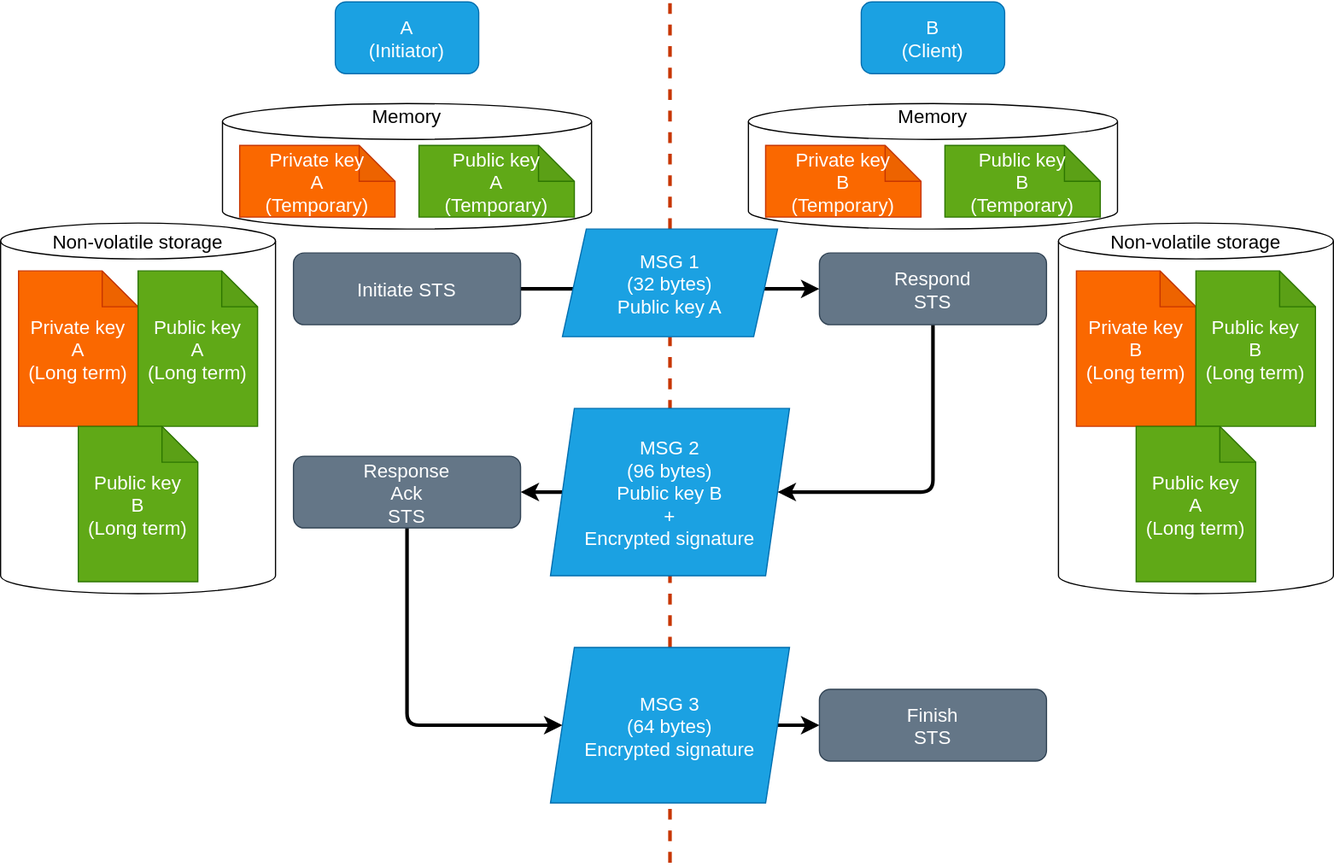
This is pics/key-exchange-simple.svg from colorglass/seL4_rpi4, a draw.io export, as it was before one commit. Source tidied: cells renumbered, new cells last; positions are measured from the earlier drawing's top-left corner, leaving out a move shared by most shapes. Source of this version:
```xml
<mxGraphModel>
  <root>
    <mxCell id="0" />
    <mxCell id="1" parent="0" />
    <mxCell id="2" style="shape=cylinder3;boundedLbl=1;backgroundOutline=1;size=15;" parent="1" vertex="1">
      <mxGeometry x="885" y="185" width="230" height="310" as="geometry" />
    </mxCell>
    <mxCell id="3" style="shape=cylinder3;boundedLbl=1;backgroundOutline=1;size=15;" parent="1" vertex="1">
      <mxGeometry y="185" width="230" height="310" as="geometry" />
    </mxCell>
    <mxCell id="4" value="A&#10;(Initiator)" style="rounded=1;fontSize=16;fontColor=#ffffff;fillColor=#1ba1e2;strokeColor=#006EAF;" parent="1" vertex="1">
      <mxGeometry x="280" width="120" height="60" as="geometry" />
    </mxCell>
    <mxCell id="5" value="B&#10;(Client)" style="rounded=1;fontSize=16;fontColor=#ffffff;fillColor=#1ba1e2;strokeColor=#006EAF;" parent="1" vertex="1">
      <mxGeometry x="720" width="120" height="60" as="geometry" />
    </mxCell>
    <mxCell id="6" style="endArrow=none;dashed=1;fontSize=16;fontColor=#000000;strokeWidth=3;fillColor=#fa6800;strokeColor=#C73500;startArrow=none;" parent="1" edge="1" source="11">
      <mxGeometry relative="1" as="geometry">
        <mxPoint x="560" as="targetPoint" />
      </mxGeometry>
    </mxCell>
    <mxCell id="7" style="edgeStyle=none;exitX=1;exitY=0.5;exitDx=0;exitDy=0;fontSize=16;strokeWidth=3;entryX=0;entryY=0.5;entryDx=0;entryDy=0;" parent="1" edge="1" source="8" target="24">
      <mxGeometry relative="1" as="geometry" />
    </mxCell>
    <mxCell id="8" value="Initiate STS" style="rounded=1;fillColor=#647687;fontColor=#ffffff;strokeColor=#314354;fontSize=16;" parent="1" vertex="1">
      <mxGeometry x="245" y="210" width="190" height="60" as="geometry" />
    </mxCell>
    <mxCell id="9" value="Finish&#10;STS" style="rounded=1;fillColor=#647687;fontColor=#ffffff;strokeColor=#314354;fontSize=16;" parent="1" vertex="1">
      <mxGeometry x="685" y="575" width="190" height="60" as="geometry" />
    </mxCell>
    <mxCell id="10" style="endArrow=none;dashed=1;fontSize=16;fontColor=#000000;strokeWidth=3;fillColor=#fa6800;strokeColor=#C73500;startArrow=none;" parent="1" edge="1" source="16" target="11">
      <mxGeometry relative="1" as="geometry" />
    </mxCell>
    <mxCell id="11" value="MSG 1&#10;(32 bytes)&#10;Public key A" style="shape=parallelogram;perimeter=parallelogramPerimeter;fixedSize=1;fontSize=16;fillColor=#1ba1e2;fontColor=#ffffff;strokeColor=#006EAF;" parent="1" vertex="1">
      <mxGeometry x="470" y="190" width="180" height="90" as="geometry" />
    </mxCell>
    <mxCell id="12" style="edgeStyle=none;exitX=0;exitY=0.5;exitDx=0;exitDy=0;entryX=1;entryY=0.5;entryDx=0;entryDy=0;strokeWidth=3;fontSize=16;" parent="1" edge="1" source="13" target="26">
      <mxGeometry relative="1" as="geometry" />
    </mxCell>
    <mxCell id="13" value="MSG 2&#10;(96 bytes)&#10;Public key B&#10;+&#10;Encrypted signature" style="shape=parallelogram;perimeter=parallelogramPerimeter;fixedSize=1;fontSize=16;fillColor=#1ba1e2;fontColor=#ffffff;strokeColor=#006EAF;" parent="1" vertex="1">
      <mxGeometry x="460" y="340" width="200" height="140" as="geometry" />
    </mxCell>
    <mxCell id="14" style="endArrow=none;dashed=1;fontSize=16;fontColor=#000000;strokeWidth=3;fillColor=#fa6800;strokeColor=#C73500;" parent="1" edge="1" target="16">
      <mxGeometry relative="1" as="geometry">
        <mxPoint x="560" y="720" as="sourcePoint" />
      </mxGeometry>
    </mxCell>
    <mxCell id="15" style="edgeStyle=none;exitX=1;exitY=0.5;exitDx=0;exitDy=0;entryX=0;entryY=0.5;entryDx=0;entryDy=0;strokeWidth=3;fontSize=16;" parent="1" edge="1" source="16" target="9">
      <mxGeometry relative="1" as="geometry" />
    </mxCell>
    <mxCell id="16" value="MSG 3&#10;(64 bytes)&#10;Encrypted signature" style="shape=parallelogram;perimeter=parallelogramPerimeter;fixedSize=1;fontSize=16;fillColor=#1ba1e2;fontColor=#ffffff;strokeColor=#006EAF;" parent="1" vertex="1">
      <mxGeometry x="460" y="540" width="200" height="130" as="geometry" />
    </mxCell>
    <mxCell id="17" value="Private key&#10;A&#10;(Long term)" style="shape=note;backgroundOutline=1;darkOpacity=0.05;fillColor=#fa6800;fontColor=#FFFFFF;strokeColor=#C73500;fontSize=16;" parent="1" vertex="1">
      <mxGeometry x="15" y="225" width="100" height="130" as="geometry" />
    </mxCell>
    <mxCell id="18" value="Public key&#10;A&#10;(Long term)" style="shape=note;backgroundOutline=1;darkOpacity=0.05;fillColor=#60a917;fontColor=#ffffff;strokeColor=#2D7600;fontSize=16;" parent="1" vertex="1">
      <mxGeometry x="115" y="225" width="100" height="130" as="geometry" />
    </mxCell>
    <mxCell id="19" value="Public key&#10;B&#10;(Long term)" style="shape=note;backgroundOutline=1;darkOpacity=0.05;fillColor=#60a917;fontColor=#ffffff;strokeColor=#2D7600;fontSize=16;" parent="1" vertex="1">
      <mxGeometry x="65" y="355" width="100" height="130" as="geometry" />
    </mxCell>
    <mxCell id="20" value="Private key&#10;B&#10;(Long term)" style="shape=note;backgroundOutline=1;darkOpacity=0.05;fillColor=#fa6800;fontColor=#FFFFFF;strokeColor=#C73500;fontSize=16;" parent="1" vertex="1">
      <mxGeometry x="900" y="225" width="100" height="130" as="geometry" />
    </mxCell>
    <mxCell id="21" value="Public key&#10;B&#10;(Long term)" style="shape=note;backgroundOutline=1;darkOpacity=0.05;fillColor=#60a917;fontColor=#ffffff;strokeColor=#2D7600;fontSize=16;" parent="1" vertex="1">
      <mxGeometry x="1000" y="225" width="100" height="130" as="geometry" />
    </mxCell>
    <mxCell id="22" value="Public key&#10;A&#10;(Long term)" style="shape=note;backgroundOutline=1;darkOpacity=0.05;fillColor=#60a917;fontColor=#ffffff;strokeColor=#2D7600;fontSize=16;" parent="1" vertex="1">
      <mxGeometry x="950" y="355" width="100" height="130" as="geometry" />
    </mxCell>
    <mxCell id="23" style="edgeStyle=none;exitX=0.5;exitY=1;exitDx=0;exitDy=0;entryX=1;entryY=0.5;entryDx=0;entryDy=0;fontSize=16;strokeWidth=3;" parent="1" edge="1" source="24" target="13">
      <mxGeometry relative="1" as="geometry">
        <Array as="points">
          <mxPoint x="780" y="410" />
        </Array>
      </mxGeometry>
    </mxCell>
    <mxCell id="24" value="Respond&#10;STS" style="rounded=1;fillColor=#647687;fontColor=#ffffff;strokeColor=#314354;fontSize=16;" parent="1" vertex="1">
      <mxGeometry x="685" y="210" width="190" height="60" as="geometry" />
    </mxCell>
    <mxCell id="25" style="edgeStyle=none;exitX=0.5;exitY=1;exitDx=0;exitDy=0;entryX=0;entryY=0.5;entryDx=0;entryDy=0;strokeWidth=3;fontSize=16;" parent="1" edge="1" source="26" target="16">
      <mxGeometry relative="1" as="geometry">
        <Array as="points">
          <mxPoint x="340" y="605" />
        </Array>
      </mxGeometry>
    </mxCell>
    <mxCell id="26" value="Response&#10;Ack&#10;STS" style="rounded=1;fillColor=#647687;fontColor=#ffffff;strokeColor=#314354;fontSize=16;" parent="1" vertex="1">
      <mxGeometry x="245" y="380" width="190" height="60" as="geometry" />
    </mxCell>
    <mxCell id="27" value="Non-volatile storage" style="text;strokeColor=none;fillColor=none;align=center;verticalAlign=middle;rounded=0;fontSize=16;" parent="1" vertex="1">
      <mxGeometry x="30" y="185" width="170" height="30" as="geometry" />
    </mxCell>
    <mxCell id="28" value="Non-volatile storage" style="text;strokeColor=none;fillColor=none;align=center;verticalAlign=middle;rounded=0;fontSize=16;" parent="1" vertex="1">
      <mxGeometry x="915" y="185" width="170" height="30" as="geometry" />
    </mxCell>
    <mxCell id="29" style="shape=cylinder3;boundedLbl=1;backgroundOutline=1;size=15;" parent="1" vertex="1">
      <mxGeometry x="185.6" y="85" width="308.8" height="105" as="geometry" />
    </mxCell>
    <mxCell id="30" value="Private key&#10;A&#10;(Temporary)" style="shape=note;backgroundOutline=1;darkOpacity=0.05;fillColor=#fa6800;fontColor=#FFFFFF;strokeColor=#C73500;fontSize=16;" parent="1" vertex="1">
      <mxGeometry x="200" y="120" width="130" height="60" as="geometry" />
    </mxCell>
    <mxCell id="31" value="Public key&#10;A&#10;(Temporary)" style="shape=note;backgroundOutline=1;darkOpacity=0.05;fillColor=#60a917;fontColor=#ffffff;strokeColor=#2D7600;fontSize=16;" parent="1" vertex="1">
      <mxGeometry x="350" y="120" width="130" height="60" as="geometry" />
    </mxCell>
    <mxCell id="32" value="Memory" style="text;strokeColor=none;fillColor=none;align=center;verticalAlign=middle;rounded=0;fontSize=16;" parent="1" vertex="1">
      <mxGeometry x="255" y="80" width="170" height="30" as="geometry" />
    </mxCell>
    <mxCell id="33" style="shape=cylinder3;boundedLbl=1;backgroundOutline=1;size=15;" parent="1" vertex="1">
      <mxGeometry x="625.6" y="85" width="308.8" height="105" as="geometry" />
    </mxCell>
    <mxCell id="34" value="Private key&#10;B&#10;(Temporary)" style="shape=note;backgroundOutline=1;darkOpacity=0.05;fillColor=#fa6800;fontColor=#FFFFFF;strokeColor=#C73500;fontSize=16;" parent="1" vertex="1">
      <mxGeometry x="640" y="120" width="130" height="60" as="geometry" />
    </mxCell>
    <mxCell id="35" value="Public key&#10;B&#10;(Temporary)" style="shape=note;backgroundOutline=1;darkOpacity=0.05;fillColor=#60a917;fontColor=#ffffff;strokeColor=#2D7600;fontSize=16;" parent="1" vertex="1">
      <mxGeometry x="790" y="120" width="130" height="60" as="geometry" />
    </mxCell>
    <mxCell id="36" value="Memory" style="text;strokeColor=none;fillColor=none;align=center;verticalAlign=middle;rounded=0;fontSize=16;" parent="1" vertex="1">
      <mxGeometry x="695" y="80" width="170" height="30" as="geometry" />
    </mxCell>
  </root>
</mxGraphModel>
```
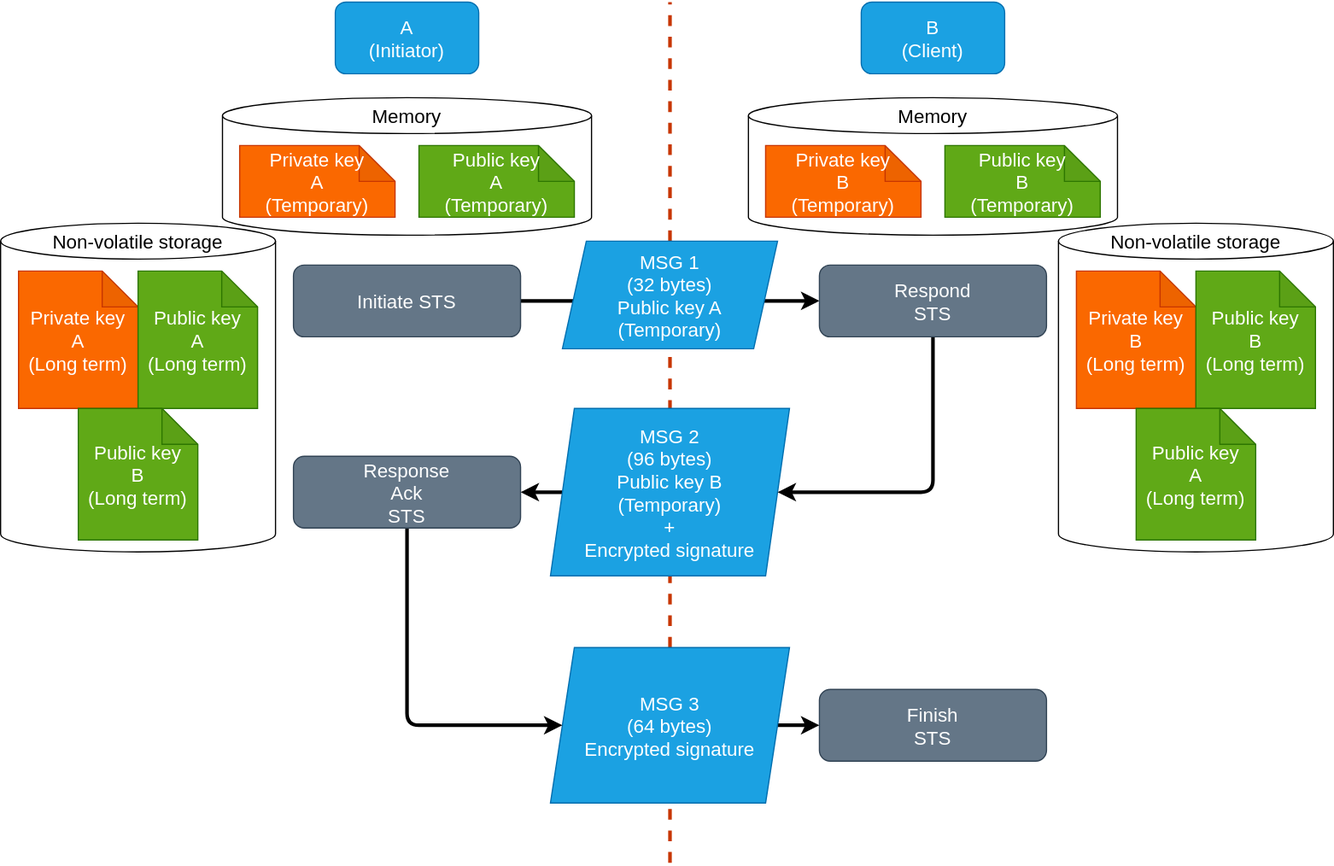
Above is the later version.

What changed in the source:
```diff
@@ -2,11 +2,14 @@
   <root>
     <mxCell id="0" />
     <mxCell id="1" parent="0" />
+    <mxCell id="37" style="shape=cylinder3;boundedLbl=1;backgroundOutline=1;size=15;" parent="1" vertex="1">
+      <mxGeometry x="625.6" y="80" width="308.8" height="115" as="geometry" />
+    </mxCell>
     <mxCell id="2" style="shape=cylinder3;boundedLbl=1;backgroundOutline=1;size=15;" parent="1" vertex="1">
-      <mxGeometry x="885" y="185" width="230" height="310" as="geometry" />
+      <mxGeometry x="885" y="185" width="230" height="275" as="geometry" />
     </mxCell>
     <mxCell id="3" style="shape=cylinder3;boundedLbl=1;backgroundOutline=1;size=15;" parent="1" vertex="1">
-      <mxGeometry y="185" width="230" height="310" as="geometry" />
+      <mxGeometry y="185" width="230" height="275" as="geometry" />
     </mxCell>
     <mxCell id="4" value="A&#10;(Initiator)" style="rounded=1;fontSize=16;fontColor=#ffffff;fillColor=#1ba1e2;strokeColor=#006EAF;" parent="1" vertex="1">
       <mxGeometry x="280" width="120" height="60" as="geometry" />
@@ -23,7 +26,7 @@
       <mxGeometry relative="1" as="geometry" />
     </mxCell>
     <mxCell id="8" value="Initiate STS" style="rounded=1;fillColor=#647687;fontColor=#ffffff;strokeColor=#314354;fontSize=16;" parent="1" vertex="1">
-      <mxGeometry x="245" y="210" width="190" height="60" as="geometry" />
+      <mxGeometry x="245" y="220" width="190" height="60" as="geometry" />
     </mxCell>
     <mxCell id="9" value="Finish&#10;STS" style="rounded=1;fillColor=#647687;fontColor=#ffffff;strokeColor=#314354;fontSize=16;" parent="1" vertex="1">
       <mxGeometry x="685" y="575" width="190" height="60" as="geometry" />
@@ -31,13 +34,13 @@
     <mxCell id="10" style="endArrow=none;dashed=1;fontSize=16;fontColor=#000000;strokeWidth=3;fillColor=#fa6800;strokeColor=#C73500;startArrow=none;" parent="1" edge="1" source="16" target="11">
       <mxGeometry relative="1" as="geometry" />
     </mxCell>
-    <mxCell id="11" value="MSG 1&#10;(32 bytes)&#10;Public key A" style="shape=parallelogram;perimeter=parallelogramPerimeter;fixedSize=1;fontSize=16;fillColor=#1ba1e2;fontColor=#ffffff;strokeColor=#006EAF;" parent="1" vertex="1">
-      <mxGeometry x="470" y="190" width="180" height="90" as="geometry" />
+    <mxCell id="11" value="MSG 1&#10;(32 bytes)&#10;Public key A&#10;(Temporary)" style="shape=parallelogram;perimeter=parallelogramPerimeter;fixedSize=1;fontSize=16;fillColor=#1ba1e2;fontColor=#ffffff;strokeColor=#006EAF;" parent="1" vertex="1">
+      <mxGeometry x="470" y="200" width="180" height="90" as="geometry" />
     </mxCell>
     <mxCell id="12" style="edgeStyle=none;exitX=0;exitY=0.5;exitDx=0;exitDy=0;entryX=1;entryY=0.5;entryDx=0;entryDy=0;strokeWidth=3;fontSize=16;" parent="1" edge="1" source="13" target="26">
       <mxGeometry relative="1" as="geometry" />
     </mxCell>
-    <mxCell id="13" value="MSG 2&#10;(96 bytes)&#10;Public key B&#10;+&#10;Encrypted signature" style="shape=parallelogram;perimeter=parallelogramPerimeter;fixedSize=1;fontSize=16;fillColor=#1ba1e2;fontColor=#ffffff;strokeColor=#006EAF;" parent="1" vertex="1">
+    <mxCell id="13" value="MSG 2&#10;(96 bytes)&#10;Public key B&#10;(Temporary)&#10;+&#10;Encrypted signature" style="shape=parallelogram;perimeter=parallelogramPerimeter;fixedSize=1;fontSize=16;fillColor=#1ba1e2;fontColor=#ffffff;strokeColor=#006EAF;" parent="1" vertex="1">
       <mxGeometry x="460" y="340" width="200" height="140" as="geometry" />
     </mxCell>
     <mxCell id="14" style="endArrow=none;dashed=1;fontSize=16;fontColor=#000000;strokeWidth=3;fillColor=#fa6800;strokeColor=#C73500;" parent="1" edge="1" target="16">
@@ -52,22 +55,22 @@
       <mxGeometry x="460" y="540" width="200" height="130" as="geometry" />
     </mxCell>
     <mxCell id="17" value="Private key&#10;A&#10;(Long term)" style="shape=note;backgroundOutline=1;darkOpacity=0.05;fillColor=#fa6800;fontColor=#FFFFFF;strokeColor=#C73500;fontSize=16;" parent="1" vertex="1">
-      <mxGeometry x="15" y="225" width="100" height="130" as="geometry" />
+      <mxGeometry x="15" y="225" width="100" height="115" as="geometry" />
     </mxCell>
     <mxCell id="18" value="Public key&#10;A&#10;(Long term)" style="shape=note;backgroundOutline=1;darkOpacity=0.05;fillColor=#60a917;fontColor=#ffffff;strokeColor=#2D7600;fontSize=16;" parent="1" vertex="1">
-      <mxGeometry x="115" y="225" width="100" height="130" as="geometry" />
+      <mxGeometry x="115" y="225" width="100" height="115" as="geometry" />
     </mxCell>
     <mxCell id="19" value="Public key&#10;B&#10;(Long term)" style="shape=note;backgroundOutline=1;darkOpacity=0.05;fillColor=#60a917;fontColor=#ffffff;strokeColor=#2D7600;fontSize=16;" parent="1" vertex="1">
-      <mxGeometry x="65" y="355" width="100" height="130" as="geometry" />
+      <mxGeometry x="65" y="340" width="100" height="110" as="geometry" />
     </mxCell>
     <mxCell id="20" value="Private key&#10;B&#10;(Long term)" style="shape=note;backgroundOutline=1;darkOpacity=0.05;fillColor=#fa6800;fontColor=#FFFFFF;strokeColor=#C73500;fontSize=16;" parent="1" vertex="1">
-      <mxGeometry x="900" y="225" width="100" height="130" as="geometry" />
+      <mxGeometry x="900" y="225" width="100" height="115" as="geometry" />
     </mxCell>
     <mxCell id="21" value="Public key&#10;B&#10;(Long term)" style="shape=note;backgroundOutline=1;darkOpacity=0.05;fillColor=#60a917;fontColor=#ffffff;strokeColor=#2D7600;fontSize=16;" parent="1" vertex="1">
-      <mxGeometry x="1000" y="225" width="100" height="130" as="geometry" />
+      <mxGeometry x="1000" y="225" width="100" height="115" as="geometry" />
     </mxCell>
     <mxCell id="22" value="Public key&#10;A&#10;(Long term)" style="shape=note;backgroundOutline=1;darkOpacity=0.05;fillColor=#60a917;fontColor=#ffffff;strokeColor=#2D7600;fontSize=16;" parent="1" vertex="1">
-      <mxGeometry x="950" y="355" width="100" height="130" as="geometry" />
+      <mxGeometry x="950" y="340" width="100" height="110" as="geometry" />
     </mxCell>
     <mxCell id="23" style="edgeStyle=none;exitX=0.5;exitY=1;exitDx=0;exitDy=0;entryX=1;entryY=0.5;entryDx=0;entryDy=0;fontSize=16;strokeWidth=3;" parent="1" edge="1" source="24" target="13">
       <mxGeometry relative="1" as="geometry">
@@ -77,7 +80,7 @@
       </mxGeometry>
     </mxCell>
     <mxCell id="24" value="Respond&#10;STS" style="rounded=1;fillColor=#647687;fontColor=#ffffff;strokeColor=#314354;fontSize=16;" parent="1" vertex="1">
-      <mxGeometry x="685" y="210" width="190" height="60" as="geometry" />
+      <mxGeometry x="685" y="220" width="190" height="60" as="geometry" />
     </mxCell>
     <mxCell id="25" style="edgeStyle=none;exitX=0.5;exitY=1;exitDx=0;exitDy=0;entryX=0;entryY=0.5;entryDx=0;entryDy=0;strokeWidth=3;fontSize=16;" parent="1" edge="1" source="26" target="16">
       <mxGeometry relative="1" as="geometry">
@@ -96,7 +99,7 @@
       <mxGeometry x="915" y="185" width="170" height="30" as="geometry" />
     </mxCell>
     <mxCell id="29" style="shape=cylinder3;boundedLbl=1;backgroundOutline=1;size=15;" parent="1" vertex="1">
-      <mxGeometry x="185.6" y="85" width="308.8" height="105" as="geometry" />
+      <mxGeometry x="185.6" y="80" width="308.8" height="115" as="geometry" />
     </mxCell>
     <mxCell id="30" value="Private key&#10;A&#10;(Temporary)" style="shape=note;backgroundOutline=1;darkOpacity=0.05;fillColor=#fa6800;fontColor=#FFFFFF;strokeColor=#C73500;fontSize=16;" parent="1" vertex="1">
       <mxGeometry x="200" y="120" width="130" height="60" as="geometry" />
@@ -107,9 +110,6 @@
     <mxCell id="32" value="Memory" style="text;strokeColor=none;fillColor=none;align=center;verticalAlign=middle;rounded=0;fontSize=16;" parent="1" vertex="1">
       <mxGeometry x="255" y="80" width="170" height="30" as="geometry" />
     </mxCell>
-    <mxCell id="33" style="shape=cylinder3;boundedLbl=1;backgroundOutline=1;size=15;" parent="1" vertex="1">
-      <mxGeometry x="625.6" y="85" width="308.8" height="105" as="geometry" />
-    </mxCell>
     <mxCell id="34" value="Private key&#10;B&#10;(Temporary)" style="shape=note;backgroundOutline=1;darkOpacity=0.05;fillColor=#fa6800;fontColor=#FFFFFF;strokeColor=#C73500;fontSize=16;" parent="1" vertex="1">
       <mxGeometry x="640" y="120" width="130" height="60" as="geometry" />
     </mxCell>
```
